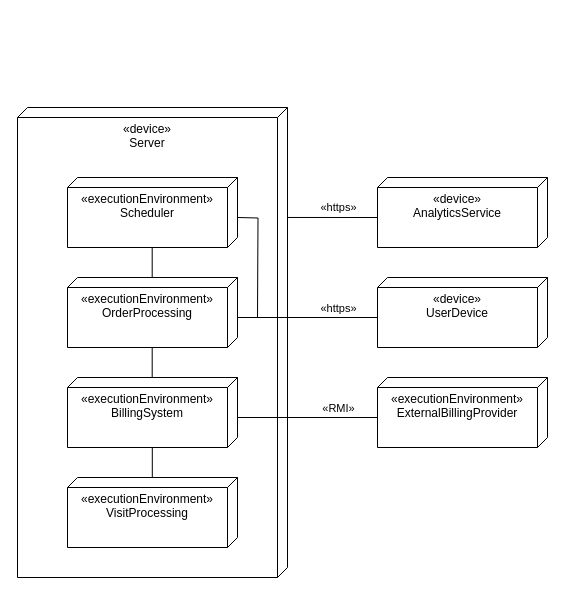
Earlier version of the draw.io diagram page "Диаграмма развёртывания" (3 of 3) of Lab_4/Lab_4.drawio (4lnULpGkuW/OOAD). Source tidied: cells renumbered, new cells numbered last; positions are measured from the earlier drawing's top-left corner, leaving out a move shared by most shapes. Both pictures are drawn from the tidied source at 100%, with x=0, y=0 at pixel (17, 107).
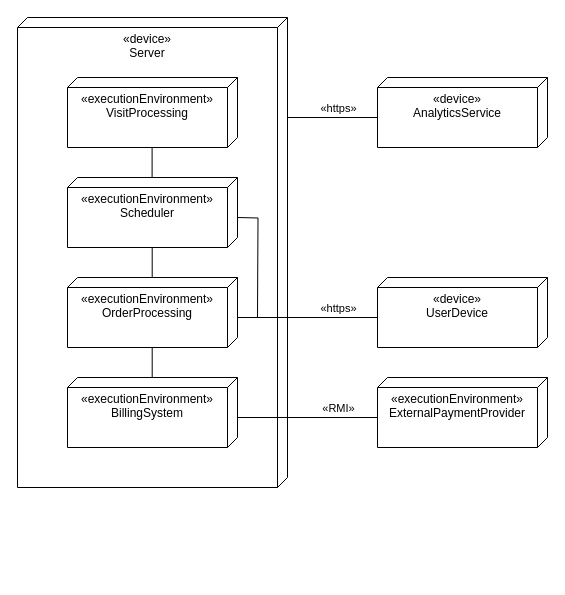
The same page after the edit.

The edit, as a diff of the source:
```diff
@@
     <mxCell id="2" value="&lt;div style=&quot;&quot;&gt;«device»&lt;br&gt;&lt;/div&gt;&lt;div style=&quot;&quot;&gt;Server&lt;/div&gt;" style="verticalAlign=top;align=center;spacingTop=8;spacingLeft=2;spacingRight=12;shape=cube;size=10;direction=south;fontStyle=0;html=1;whiteSpace=wrap;shadow=0;" parent="1" vertex="1">
-      <mxGeometry width="270" height="470" as="geometry" />
+      <mxGeometry y="-90" width="270" height="470" as="geometry" />
     </mxCell>
     <mxCell id="3" value="&lt;div&gt;«device»&lt;br&gt;&lt;/div&gt;&lt;div&gt;AnalyticsService&lt;/div&gt;" style="verticalAlign=top;align=center;spacingTop=8;spacingLeft=2;spacingRight=12;shape=cube;size=10;direction=south;fontStyle=0;html=1;whiteSpace=wrap;" parent="1" vertex="1">
-      <mxGeometry x="360" y="70" width="170" height="70" as="geometry" />
+      <mxGeometry x="360" y="-30" width="170" height="70" as="geometry" />
     </mxCell>
@@
-    <mxCell id="5" value="&lt;div&gt;«executionEnvironment»&lt;br&gt;&lt;/div&gt;&lt;div&gt;ExternalBillingProvider&lt;/div&gt;" style="verticalAlign=top;align=center;spacingTop=8;spacingLeft=2;spacingRight=12;shape=cube;size=10;direction=south;fontStyle=0;html=1;whiteSpace=wrap;" parent="1" vertex="1">
+    <mxCell id="5" value="&lt;div&gt;«executionEnvironment»&lt;br&gt;&lt;/div&gt;&lt;div&gt;ExternalPaymentProvider&lt;/div&gt;" style="verticalAlign=top;align=center;spacingTop=8;spacingLeft=2;spacingRight=12;shape=cube;size=10;direction=south;fontStyle=0;html=1;whiteSpace=wrap;" parent="1" vertex="1">
       <mxGeometry x="360" y="270" width="170" height="70" as="geometry" />
     </mxCell>
@@
-    <mxCell id="15" style="endArrow=none;endFill=0;endSize=12;html=1;rounded=0;entryX=0;entryY=0;entryDx=40;entryDy=170;entryPerimeter=0;exitX=0.234;exitY=0;exitDx=0;exitDy=0;exitPerimeter=0;" parent="1" edge="1" source="2">
+    <mxCell id="15" style="endArrow=none;endFill=0;endSize=12;html=1;rounded=0;entryX=0;entryY=0;entryDx=40;entryDy=170;entryPerimeter=0;exitX=0.234;exitY=0;exitDx=0;exitDy=0;exitPerimeter=0;" parent="1" edge="1">
       <mxGeometry relative="1" as="geometry">
-        <mxPoint x="360" y="110" as="targetPoint" />
+        <mxPoint x="270" y="10" as="sourcePoint" />
+        <mxPoint x="360" y="10" as="targetPoint" />
       </mxGeometry>
     </mxCell>
@@
     <mxCell id="18" value="&lt;div&gt;«executionEnvironment»&lt;br&gt;&lt;/div&gt;&lt;div&gt;VisitProcessing&lt;br&gt;&lt;/div&gt;" style="verticalAlign=top;align=center;spacingTop=8;spacingLeft=2;spacingRight=12;shape=cube;size=10;direction=south;fontStyle=0;html=1;whiteSpace=wrap;" parent="1" vertex="1">
-      <mxGeometry x="50" y="370" width="170" height="70" as="geometry" />
+      <mxGeometry x="50" y="-30" width="170" height="70" as="geometry" />
     </mxCell>
-    <mxCell id="19" style="endArrow=none;endFill=0;endSize=12;html=1;rounded=0;" parent="1" edge="1">
-      <mxGeometry relative="1" as="geometry">
-        <mxPoint x="134.8" y="340" as="sourcePoint" />
-        <mxPoint x="134.8" y="370" as="targetPoint" />
-      </mxGeometry>
-    </mxCell>
+    <mxCell id="20" style="endArrow=none;endFill=0;endSize=12;html=1;rounded=0;" parent="1" edge="1">
+      <mxGeometry relative="1" as="geometry">
+        <mxPoint x="134.6" y="40" as="sourcePoint" />
+        <mxPoint x="134.6" y="70" as="targetPoint" />
+      </mxGeometry>
+    </mxCell>
```
